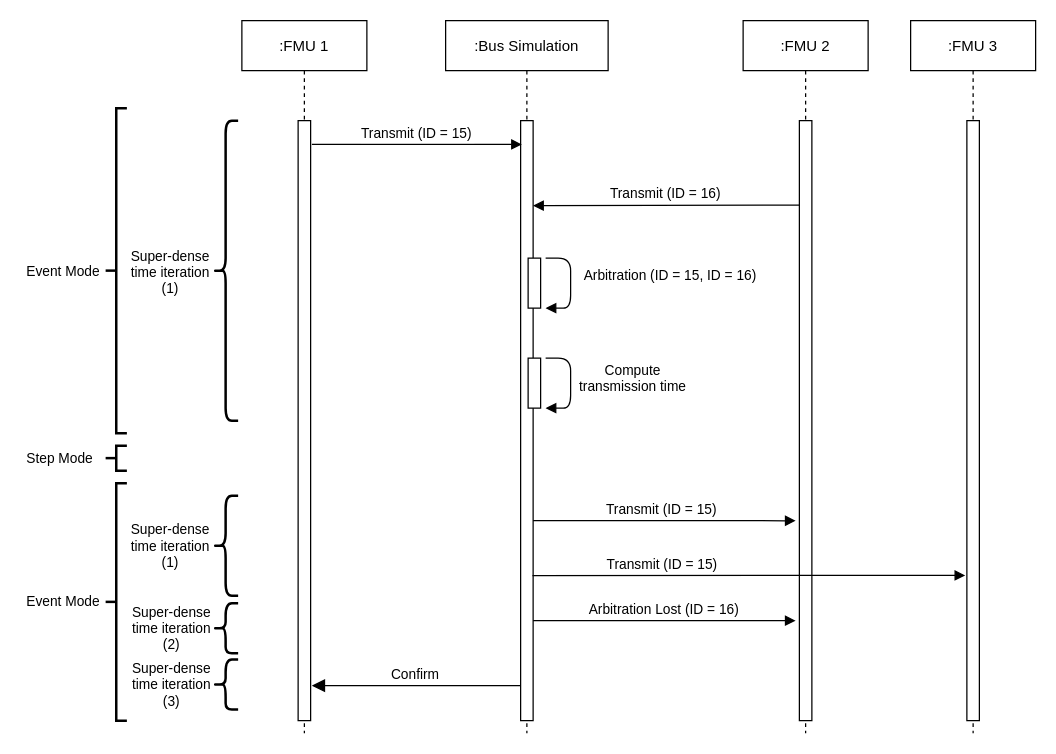
Earlier version of the draw.io diagram docs/images/can_arbitration_overview.drawio (modelica/fmi-ls-bus). Source tidied: cells renumbered, new cells numbered last; positions are measured from the earlier drawing's top-left corner, leaving out a move shared by most shapes. Both pictures are drawn from the tidied source at 125%, with x=0, y=0 at pixel (20, 20).
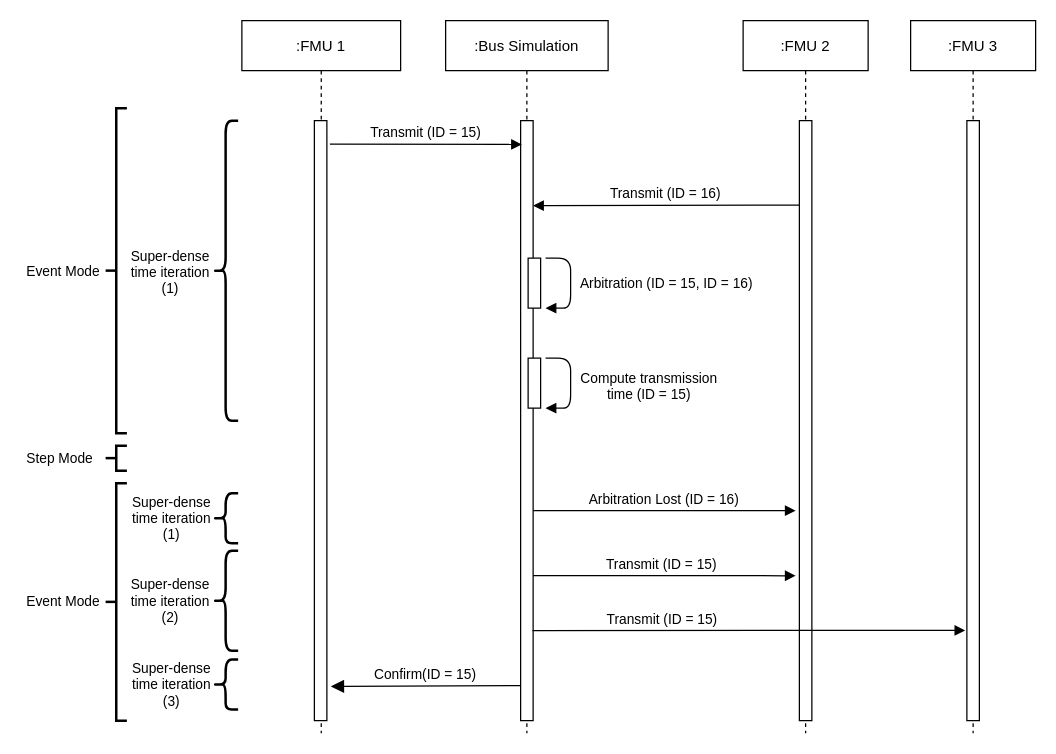
Above is the later version.

Unchanged cells that the change refers to:
```xml
<mxCell id="2" value=":Bus Simulation" style="shape=umlLifeline;perimeter=lifelinePerimeter;rounded=0;shadow=0;strokeWidth=1;" parent="1" vertex="1">
  <mxGeometry x="340" width="130" height="570" as="geometry" />
</mxCell>
```

Diff of the diagram source:
```diff
@@
-    <mxCell id="6" value="Compute&#10;transmission time" style="verticalAlign=bottom;endArrow=block;shadow=0;strokeWidth=1;" parent="2" edge="1">
-      <mxGeometry x="0.3" y="50" relative="1" as="geometry">
+    <mxCell id="6" value="Compute transmission &#10;time (ID = 15)" style="verticalAlign=bottom;endArrow=block;shadow=0;strokeWidth=1;spacing=-6;spacingTop=0;spacingLeft=0;" parent="2" edge="1">
+      <mxGeometry x="0.25" y="63" relative="1" as="geometry">
         <mxPoint x="80" y="270" as="sourcePoint" />
         <mxPoint x="80" y="310" as="targetPoint" />
         <Array as="points">
           <mxPoint x="100" y="270" />
           <mxPoint x="100" y="310" />
         </Array>
       </mxGeometry>
     </mxCell>
     <mxCell id="7" value=":FMU 1" style="shape=umlLifeline;perimeter=lifelinePerimeter;rounded=0;shadow=0;strokeWidth=1;" parent="1" vertex="1">
-      <mxGeometry x="177" width="100" height="570" as="geometry" />
+      <mxGeometry x="177" width="127" height="570" as="geometry" />
     </mxCell>
     <mxCell id="8" style="points=[];perimeter=orthogonalPerimeter;rounded=0;shadow=0;strokeWidth=1;" parent="7" vertex="1">
-      <mxGeometry x="45" y="80" width="10" height="480" as="geometry" />
+      <mxGeometry x="58" y="80" width="10" height="480" as="geometry" />
     </mxCell>
@@
-    <mxCell id="11" value="Arbitration (ID = 15, ID = 16)" style="verticalAlign=bottom;endArrow=block;shadow=0;strokeWidth=1;" parent="1" edge="1">
+    <mxCell id="11" value="Arbitration (ID = 15, ID = 16)" style="verticalAlign=bottom;endArrow=block;shadow=0;strokeWidth=1;spacing=-4;spacingTop=0;spacingLeft=-6;" parent="1" edge="1">
       <mxGeometry x="0.07" y="80" relative="1" as="geometry">
         <mxPoint x="420" y="190" as="sourcePoint" />
         <mxPoint x="420" y="230" as="targetPoint" />
         <Array as="points">
           <mxPoint x="440" y="190" />
           <mxPoint x="440" y="230" />
         </Array>
       </mxGeometry>
     </mxCell>
-    <mxCell id="12" value="Transmit (ID = 15)" style="verticalAlign=bottom;endArrow=block;entryX=0;entryY=0;shadow=0;strokeWidth=1;" parent="1" edge="1">
+    <mxCell id="12" value="Transmit (ID = 15)" style="verticalAlign=bottom;endArrow=block;entryX=0;entryY=0;shadow=0;strokeWidth=1;exitX=1.24;exitY=0.039;exitDx=0;exitDy=0;exitPerimeter=0;" parent="1" edge="1" source="8">
       <mxGeometry relative="1" as="geometry">
-        <mxPoint x="233" y="99" as="sourcePoint" />
         <mxPoint x="401" y="99" as="targetPoint" />
       </mxGeometry>
     </mxCell>
@@
     <mxCell id="16" value="Transmit (ID = 15)" style="verticalAlign=bottom;endArrow=block;shadow=0;strokeWidth=1;entryX=-0.132;entryY=0.541;entryDx=0;entryDy=0;entryPerimeter=0;" parent="1" edge="1">
       <mxGeometry x="-0.4" relative="1" as="geometry">
-        <mxPoint x="409.5" y="444" as="sourcePoint" />
-        <mxPoint x="755.7" y="443.8" as="targetPoint" />
+        <mxPoint x="409.5" y="488" as="sourcePoint" />
+        <mxPoint x="755.7" y="487.8" as="targetPoint" />
       </mxGeometry>
     </mxCell>
@@
     <mxCell id="19" value="Arbitration Lost (ID = 16)" style="verticalAlign=bottom;endArrow=block;shadow=0;strokeWidth=1;endFill=1;fontSize=11;" parent="1" edge="1">
       <mxGeometry relative="1" as="geometry">
-        <mxPoint x="410" y="480" as="sourcePoint" />
-        <mxPoint x="620" y="480" as="targetPoint" />
+        <mxPoint x="410" y="392" as="sourcePoint" />
+        <mxPoint x="620" y="392" as="targetPoint" />
       </mxGeometry>
     </mxCell>
@@
     <mxCell id="21" value="Transmit (ID = 15)" style="verticalAlign=bottom;endArrow=block;entryX=0.42;entryY=0.587;shadow=0;strokeWidth=1;entryDx=0;entryDy=0;entryPerimeter=0;" parent="1" edge="1">
       <mxGeometry x="-0.02" relative="1" as="geometry">
-        <mxPoint x="410" y="400" as="sourcePoint" />
-        <mxPoint x="620" y="400.1" as="targetPoint" />
+        <mxPoint x="410" y="444" as="sourcePoint" />
+        <mxPoint x="620" y="444.1" as="targetPoint" />
       </mxGeometry>
     </mxCell>
-    <mxCell id="22" value="Confirm" style="verticalAlign=bottom;endArrow=block;endSize=8;exitX=0;exitY=0.95;shadow=0;strokeWidth=1;endFill=1;" parent="1" edge="1">
+    <mxCell id="22" value="Confirm(ID = 15)" style="verticalAlign=bottom;endArrow=block;endSize=8;exitX=0;exitY=0.95;shadow=0;strokeWidth=1;endFill=1;entryX=1.32;entryY=0.943;entryDx=0;entryDy=0;entryPerimeter=0;" parent="1" edge="1" target="8">
       <mxGeometry relative="1" as="geometry">
         <mxPoint x="400" y="532" as="sourcePoint" />
-        <mxPoint x="233" y="532" as="targetPoint" />
       </mxGeometry>
     </mxCell>
@@
     <mxCell id="24" style="shape=curlyBracket;whiteSpace=wrap;html=1;rounded=1;labelPosition=left;verticalLabelPosition=middle;align=right;verticalAlign=middle;strokeWidth=2;" parent="1" vertex="1">
-      <mxGeometry x="154" y="380" width="20" height="80" as="geometry" />
+      <mxGeometry x="154" y="424" width="20" height="80" as="geometry" />
     </mxCell>
@@
-    <mxCell id="26" value="Super-dense&#10;time iteration&#10;(1)" style="text;align=center;fontStyle=0;verticalAlign=middle;spacingLeft=3;spacingRight=3;strokeColor=none;fontSize=11;fillColor=none;" parent="1" vertex="1">
-      <mxGeometry x="80" y="407" width="80" height="26" as="geometry" />
+    <mxCell id="26" value="Super-dense&#10;time iteration&#10;(2)" style="text;align=center;fontStyle=0;verticalAlign=middle;spacingLeft=3;spacingRight=3;strokeColor=none;fontSize=11;fillColor=none;" parent="1" vertex="1">
+      <mxGeometry x="80" y="451" width="80" height="26" as="geometry" />
     </mxCell>
@@
     <mxCell id="32" style="shape=curlyBracket;whiteSpace=wrap;html=1;rounded=1;labelPosition=left;verticalLabelPosition=middle;align=right;verticalAlign=middle;strokeWidth=2;" parent="1" vertex="1">
-      <mxGeometry x="154" y="466" width="20" height="40" as="geometry" />
+      <mxGeometry x="154" y="378" width="20" height="40" as="geometry" />
     </mxCell>
-    <mxCell id="33" value="Super-dense&#10;time iteration&#10;(2)" style="text;align=center;fontStyle=0;verticalAlign=middle;spacingLeft=3;spacingRight=3;strokeColor=none;fontSize=11;fillColor=none;" parent="1" vertex="1">
-      <mxGeometry x="81" y="473" width="80" height="26" as="geometry" />
+    <mxCell id="33" value="Super-dense&#10;time iteration&#10;(1)" style="text;align=center;fontStyle=0;verticalAlign=middle;spacingLeft=3;spacingRight=3;strokeColor=none;fontSize=11;fillColor=none;" parent="1" vertex="1">
+      <mxGeometry x="81" y="385" width="80" height="26" as="geometry" />
     </mxCell>
```
